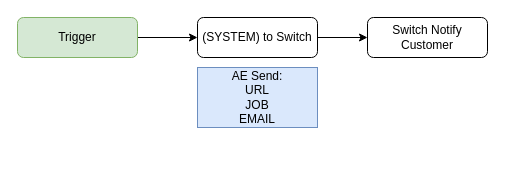
bbertolani/newprint-reminder keeps this draw.io diagram as page "Reminder" (3 of 3) of Reminder Email.drawio. Above is the earlier version. Source tidied: cells renumbered, new cells numbered last; positions are measured from the earlier drawing's top-left corner, leaving out a move shared by most shapes. Both pictures are drawn from the tidied source at 100%, with x=0, y=0 at pixel (17, 17).
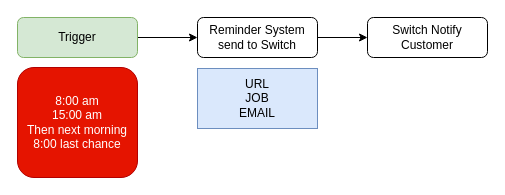
The same page after the edit.

Commit message (it also covers changes not shown here):
Update Reminder System

Change to the diagram source:
```diff
@@
 <mxGraphModel>
   <root>
     <mxCell id="0" />
     <mxCell id="1" parent="0" />
     <mxCell id="2" style="edgeStyle=orthogonalEdgeStyle;rounded=0;jettySize=auto;html=1;strokeColor=#000000;fontColor=#0000FF;" parent="1" edge="1" source="3" target="5">
       <mxGeometry relative="1" as="geometry" />
     </mxCell>
     <mxCell id="3" value="Trigger" style="rounded=1;whiteSpace=wrap;html=1;fontSize=12;glass=0;strokeWidth=1;shadow=0;fillColor=#d5e8d4;strokeColor=#82b366;" parent="1" vertex="1">
       <mxGeometry width="120" height="40" as="geometry" />
     </mxCell>
     <mxCell id="4" style="edgeStyle=orthogonalEdgeStyle;rounded=0;jettySize=auto;html=1;strokeColor=#000000;fontColor=#000000;" parent="1" edge="1" source="5" target="6">
       <mxGeometry relative="1" as="geometry" />
     </mxCell>
-    <mxCell id="5" value="(SYSTEM) to Switch" style="rounded=1;whiteSpace=wrap;html=1;fontSize=12;glass=0;strokeWidth=1;shadow=0;" parent="1" vertex="1">
+    <mxCell id="5" value="Reminder System send to Switch" style="rounded=1;whiteSpace=wrap;html=1;fontSize=12;glass=0;strokeWidth=1;shadow=0;" parent="1" vertex="1">
       <mxGeometry x="180" width="120" height="40" as="geometry" />
     </mxCell>
     <mxCell id="6" value="Switch Notify Customer" style="rounded=1;whiteSpace=wrap;html=1;fontSize=12;glass=0;strokeWidth=1;shadow=0;" parent="1" vertex="1">
       <mxGeometry x="350" width="120" height="40" as="geometry" />
     </mxCell>
-    <mxCell id="7" value="AE Send:&lt;br&gt;URL&lt;br&gt;JOB&lt;br&gt;EMAIL" style="rounded=0;whiteSpace=wrap;html=1;fillColor=#dae8fc;strokeColor=#6c8ebf;" parent="1" vertex="1">
-      <mxGeometry x="180" y="50" width="120" height="60" as="geometry" />
+    <mxCell id="7" value="URL&lt;br&gt;JOB&lt;br&gt;EMAIL" style="rounded=0;whiteSpace=wrap;html=1;fillColor=#dae8fc;strokeColor=#6c8ebf;" parent="1" vertex="1">
+      <mxGeometry x="180" y="51" width="120" height="60" as="geometry" />
     </mxCell>
+    <mxCell id="8" value="8:00 am&lt;br&gt;15:00 am&lt;br&gt;Then next morning&lt;br&gt;8:00 last chance" style="rounded=1;whiteSpace=wrap;html=1;fillColor=#e51400;strokeColor=#B20000;fontColor=#ffffff;" parent="1" vertex="1">
+      <mxGeometry y="50" width="120" height="110" as="geometry" />
+    </mxCell>
   </root>
 </mxGraphModel>
```
